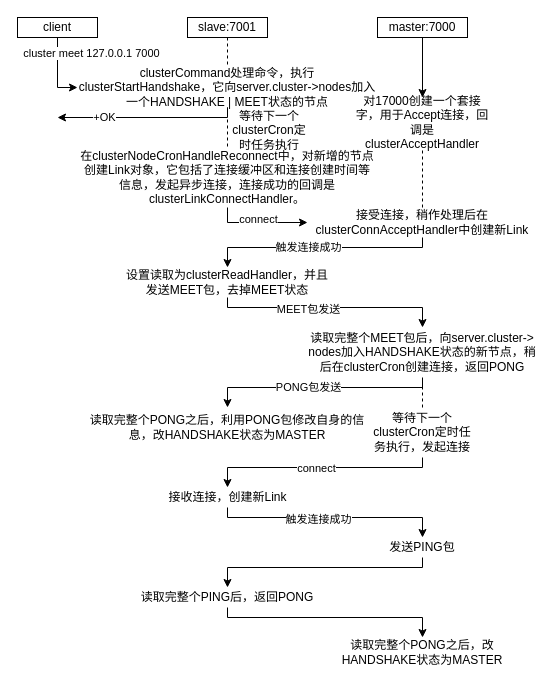
The draw.io diagram cluster-meet.drawio in Afeather2017/Afeather-Flowcharts, before the edit. Source tidied: cells renumbered, new cells numbered last; positions are measured from the earlier drawing's top-left corner, leaving out a move shared by most shapes. Both pictures are drawn from the tidied source at 100%, with x=0, y=0 at pixel (17, 17).
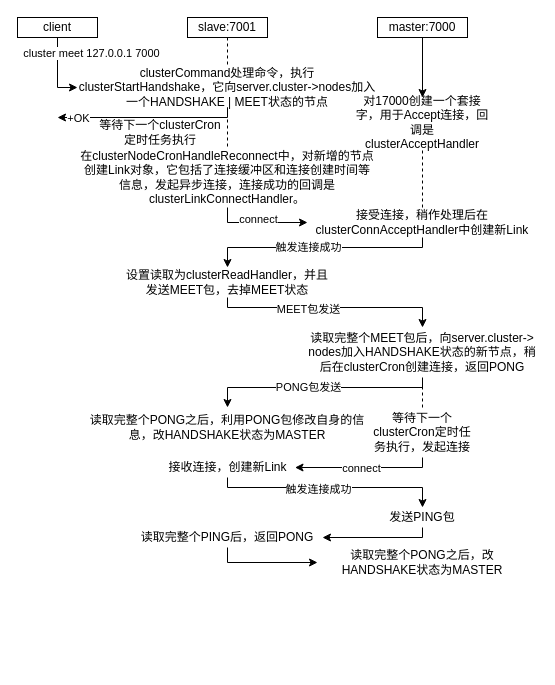
The same diagram, later.

The change refers to these unchanged cells:
```xml
<mxCell id="8" style="edgeStyle=orthogonalEdgeStyle;rounded=0;jettySize=auto;html=1;" parent="1" edge="1" source="10">
  <mxGeometry relative="1" as="geometry">
    <mxPoint x="40" y="100" as="targetPoint" />
    <Array as="points">
      <mxPoint x="210" y="100" />
    </Array>
  </mxGeometry>
</mxCell>
```

The edit, as a diff of the source:
```diff
@@
     <mxCell id="9" value="+OK" style="edgeLabel;html=1;align=center;verticalAlign=middle;" parent="8" vertex="1">
-      <mxGeometry x="0.49" y="-1" relative="1" as="geometry" />
+      <mxGeometry x="0.49" y="-1" relative="1" as="geometry">
+        <mxPoint x="-26" y="1" as="offset" />
+      </mxGeometry>
     </mxCell>
@@
     <mxCell id="16" value="等待下一个clusterCron定时任务执行" style="text;html=1;align=center;verticalAlign=middle;whiteSpace=wrap;rounded=0;" parent="1" vertex="1">
-      <mxGeometry x="214" y="98" width="76" height="30" as="geometry" />
+      <mxGeometry x="80" y="100" width="126" height="30" as="geometry" />
     </mxCell>
@@
     <mxCell id="32" value="接收连接，创建新Link" style="text;html=1;align=center;verticalAlign=middle;whiteSpace=wrap;rounded=0;" parent="1" vertex="1">
-      <mxGeometry x="142.5" y="470" width="135" height="20" as="geometry" />
+      <mxGeometry x="142.5" y="440" width="135" height="20" as="geometry" />
     </mxCell>
@@
     <mxCell id="34" style="edgeStyle=orthogonalEdgeStyle;rounded=0;jettySize=auto;html=1;exitX=0.5;exitY=1;exitDx=0;exitDy=0;entryX=0.5;entryY=0;entryDx=0;entryDy=0;" parent="1" edge="1" source="32" target="37">
       <mxGeometry relative="1" as="geometry">
         <Array as="points">
-          <mxPoint x="210" y="500" />
-          <mxPoint x="405" y="500" />
+          <mxPoint x="210" y="470" />
+          <mxPoint x="405" y="470" />
         </Array>
       </mxGeometry>
     </mxCell>
@@
-    <mxCell id="36" style="edgeStyle=orthogonalEdgeStyle;rounded=0;jettySize=auto;html=1;entryX=0.5;entryY=0;entryDx=0;entryDy=0;" parent="1" edge="1" source="37" target="39">
+    <mxCell id="36" style="edgeStyle=orthogonalEdgeStyle;rounded=0;jettySize=auto;html=1;entryX=1;entryY=0.5;entryDx=0;entryDy=0;" parent="1" edge="1" source="37" target="39">
       <mxGeometry relative="1" as="geometry">
         <Array as="points">
-          <mxPoint x="405" y="550" />
-          <mxPoint x="210" y="550" />
+          <mxPoint x="405" y="520" />
         </Array>
       </mxGeometry>
     </mxCell>
     <mxCell id="37" value="发送PING包" style="text;html=1;align=center;verticalAlign=middle;whiteSpace=wrap;rounded=0;" parent="1" vertex="1">
-      <mxGeometry x="350" y="520" width="110" height="20" as="geometry" />
+      <mxGeometry x="350" y="490" width="110" height="20" as="geometry" />
     </mxCell>
-    <mxCell id="38" style="edgeStyle=orthogonalEdgeStyle;rounded=0;jettySize=auto;html=1;entryX=0.5;entryY=0;entryDx=0;entryDy=0;" parent="1" edge="1" source="39" target="40">
+    <mxCell id="38" style="edgeStyle=orthogonalEdgeStyle;rounded=0;jettySize=auto;html=1;entryX=0;entryY=0.5;entryDx=0;entryDy=0;" parent="1" edge="1" source="39" target="40">
       <mxGeometry relative="1" as="geometry">
         <Array as="points">
-          <mxPoint x="210" y="600" />
-          <mxPoint x="405" y="600" />
+          <mxPoint x="210" y="545" />
         </Array>
       </mxGeometry>
     </mxCell>
     <mxCell id="39" value="读取完整个PING后，返回PONG" style="text;html=1;align=center;verticalAlign=middle;whiteSpace=wrap;rounded=0;" parent="1" vertex="1">
-      <mxGeometry x="115" y="570" width="190" height="20" as="geometry" />
+      <mxGeometry x="115" y="510" width="190" height="20" as="geometry" />
     </mxCell>
     <mxCell id="40" value="读取完整个PONG之后，改HANDSHAKE状态为MASTER" style="text;html=1;align=center;verticalAlign=middle;whiteSpace=wrap;rounded=0;" parent="1" vertex="1">
-      <mxGeometry x="300" y="620" width="210" height="30" as="geometry" />
+      <mxGeometry x="300" y="530" width="210" height="30" as="geometry" />
     </mxCell>
```
